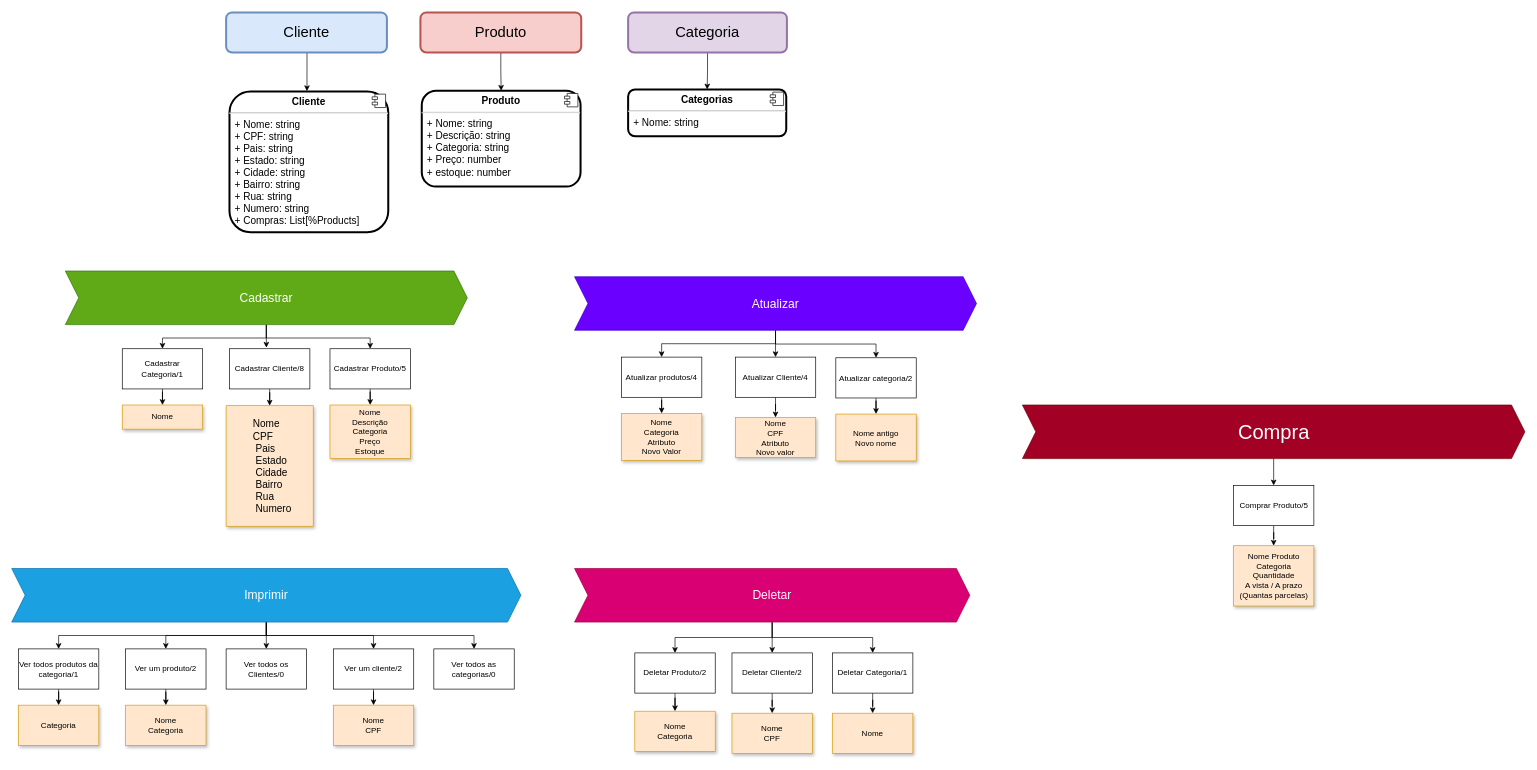
Above: UML/project.drawio in marlon-Symczecym/mini-ecommerce (draw.io), before the change. Source tidied: cells renumbered, new cells numbered last; positions are measured from the earlier drawing's top-left corner, leaving out a move shared by most shapes. Both pictures are drawn from the tidied source at 67%, with x=0, y=0 at pixel (11, 12).
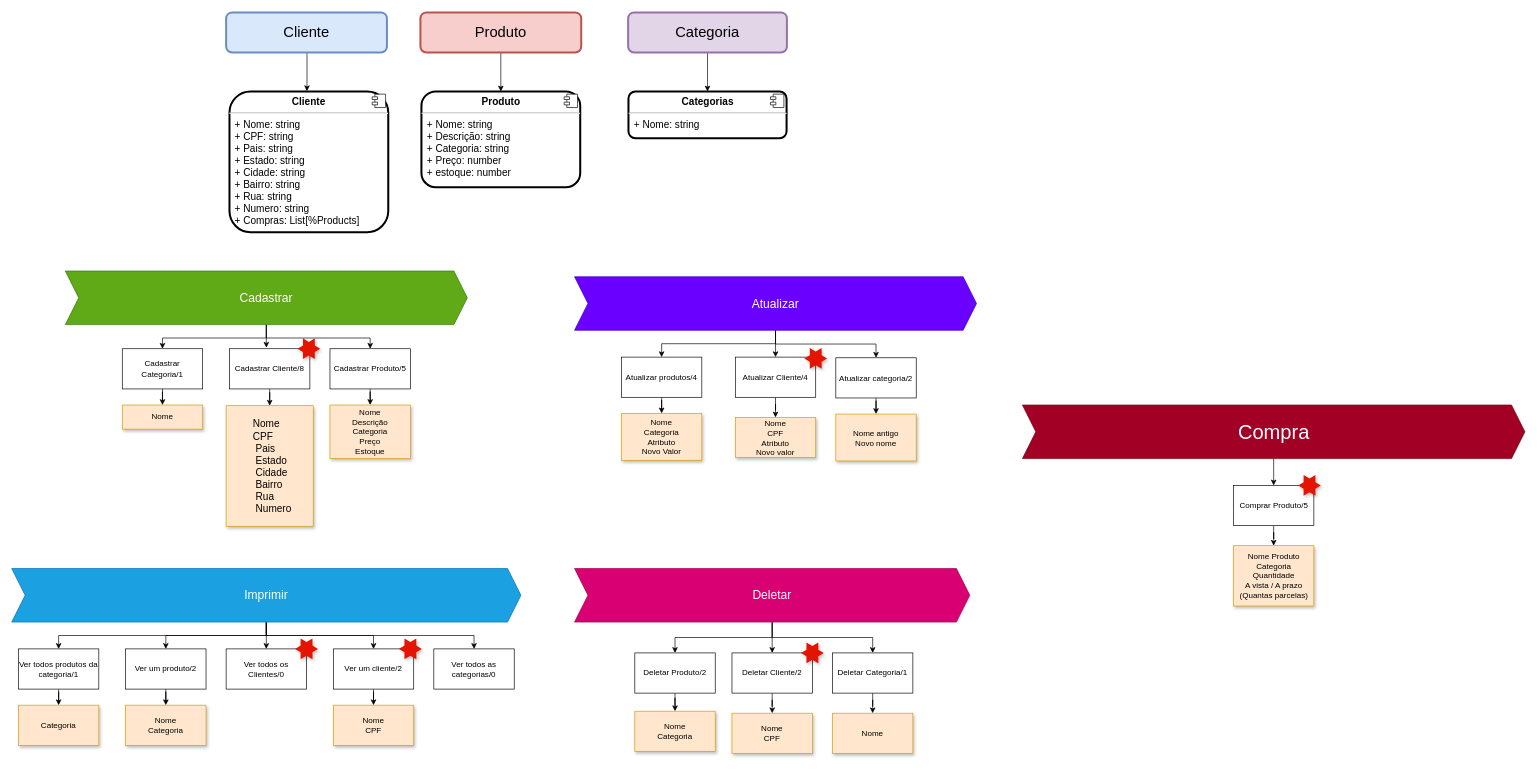
Above is the later version.

Change to the diagram source:
```diff
@@
     <mxCell id="8" value="&lt;p style=&quot;margin: 6px 0px 0px ; text-align: center ; font-size: 15px&quot;&gt;&lt;b style=&quot;font-size: 15px&quot;&gt;Produto&lt;/b&gt;&lt;/p&gt;&lt;hr style=&quot;font-size: 15px&quot;&gt;&lt;p style=&quot;margin: 0px 0px 0px 8px ; font-size: 15px&quot;&gt;+ Nome: string&lt;/p&gt;&lt;p style=&quot;margin: 0px 0px 0px 8px ; font-size: 15px&quot;&gt;+ Descrição: string&lt;br style=&quot;font-size: 15px&quot;&gt;+ Categoria: string&lt;/p&gt;&lt;p style=&quot;margin: 0px 0px 0px 8px ; font-size: 15px&quot;&gt;+ Preço: number&lt;br style=&quot;font-size: 15px&quot;&gt;&lt;/p&gt;&lt;p style=&quot;margin: 0px 0px 0px 8px ; font-size: 15px&quot;&gt;+ estoque: number&lt;/p&gt;" style="align=left;overflow=fill;html=1;rounded=1;shadow=0;glass=0;comic=0;strokeWidth=3;gradientColor=none;fontSize=15;" parent="1" vertex="1">
-      <mxGeometry x="612" y="117" width="237" height="143" as="geometry" />
+      <mxGeometry x="611.5" y="118" width="237" height="143" as="geometry" />
     </mxCell>
@@
     <mxCell id="12" value="&lt;p style=&quot;margin: 6px 0px 0px ; text-align: center ; font-size: 15px&quot;&gt;&lt;b style=&quot;font-size: 15px&quot;&gt;Categorias&lt;/b&gt;&lt;/p&gt;&lt;hr style=&quot;font-size: 15px&quot;&gt;&lt;p style=&quot;margin: 0px 0px 0px 8px ; font-size: 15px&quot;&gt;+ Nome: string&lt;/p&gt;&lt;p style=&quot;margin: 0px 0px 0px 8px ; font-size: 15px&quot;&gt;&lt;br style=&quot;font-size: 15px&quot;&gt;&lt;/p&gt;" style="align=left;overflow=fill;html=1;rounded=1;shadow=0;glass=0;comic=0;strokeWidth=3;gradientColor=none;fontSize=15;" parent="1" vertex="1">
-      <mxGeometry x="920" y="115" width="236" height="70" as="geometry" />
+      <mxGeometry x="920.5" y="118" width="236" height="70" as="geometry" />
     </mxCell>
@@
+    <mxCell id="75" style="verticalLabelPosition=bottom;verticalAlign=top;html=1;shape=mxgraph.basic.6_point_star;fillColor=#e51400;strokeColor=none;fontColor=#ffffff;gradientColor=none;shadow=1;" parent="1" vertex="1">
+      <mxGeometry x="426.5" y="486.5" width="34" height="31" as="geometry" />
+    </mxCell>
+    <mxCell id="76" style="verticalLabelPosition=bottom;verticalAlign=top;html=1;shape=mxgraph.basic.6_point_star;fillColor=#e51400;strokeColor=none;fontColor=#ffffff;gradientColor=none;shadow=1;" parent="1" vertex="1">
+      <mxGeometry x="1183" y="501" width="34" height="31" as="geometry" />
+    </mxCell>
+    <mxCell id="77" style="verticalLabelPosition=bottom;verticalAlign=top;html=1;shape=mxgraph.basic.6_point_star;fillColor=#e51400;strokeColor=none;fontColor=#ffffff;gradientColor=none;shadow=1;" parent="1" vertex="1">
+      <mxGeometry x="1920" y="690.5" width="34" height="31" as="geometry" />
+    </mxCell>
+    <mxCell id="78" style="verticalLabelPosition=bottom;verticalAlign=top;html=1;shape=mxgraph.basic.6_point_star;fillColor=#e51400;strokeColor=none;fontColor=#ffffff;gradientColor=none;shadow=1;" parent="1" vertex="1">
+      <mxGeometry x="1178" y="940.5" width="34" height="31" as="geometry" />
+    </mxCell>
+    <mxCell id="79" style="verticalLabelPosition=bottom;verticalAlign=top;html=1;shape=mxgraph.basic.6_point_star;fillColor=#e51400;strokeColor=none;fontColor=#ffffff;gradientColor=none;shadow=1;" parent="1" vertex="1">
+      <mxGeometry x="578" y="934.5" width="34" height="31" as="geometry" />
+    </mxCell>
+    <mxCell id="80" style="verticalLabelPosition=bottom;verticalAlign=top;html=1;shape=mxgraph.basic.6_point_star;fillColor=#e51400;strokeColor=none;fontColor=#ffffff;gradientColor=none;shadow=1;" parent="1" vertex="1">
+      <mxGeometry x="423" y="934.5" width="34" height="31" as="geometry" />
+    </mxCell>
```
